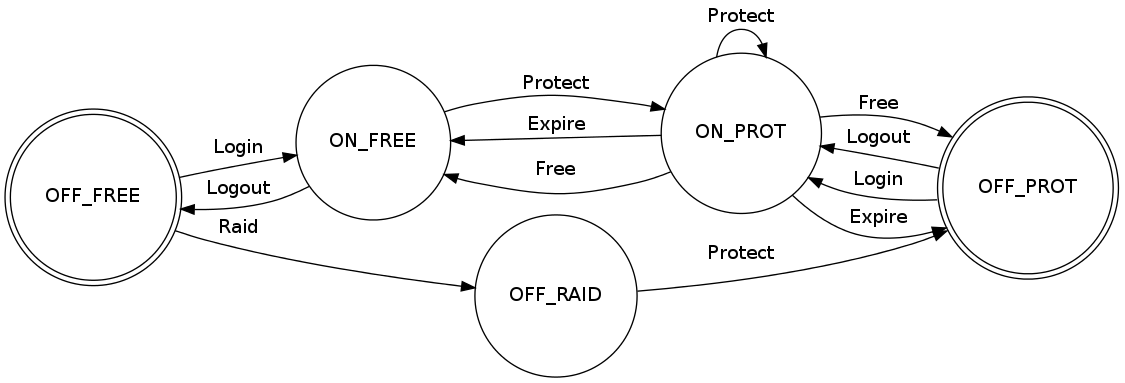
This is doc/fsm.png from xtaci/gonet, a Graphviz export, as it was before one commit. Its source is kept beside it as doc/fsm.dot.
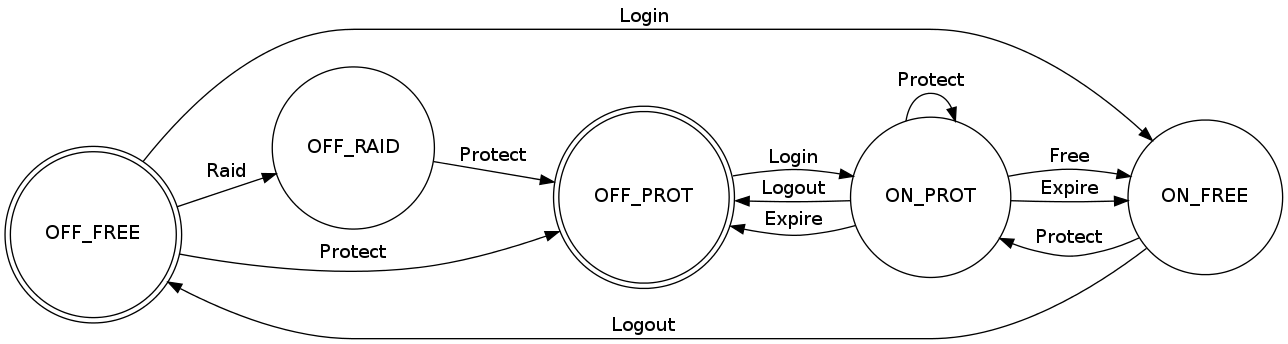
The same diagram one commit later.

Diff of the diagram source:
```diff
@@ -4,12 +4,12 @@
 	node [shape = circle];
 	OFF_FREE->ON_FREE [label="Login"];
 	OFF_FREE->OFF_RAID [label="Raid"];
-	OFF_PROT->ON_PROT [label="Logout"]
+	OFF_FREE->OFF_PROT [label="Protect"];
 	OFF_PROT->ON_PROT [label="Login"]
 	OFF_RAID->OFF_PROT [label="Protect"]
 	ON_FREE->OFF_FREE [label="Logout"];
 	ON_FREE->ON_PROT [label="Protect"]
-	ON_PROT->OFF_PROT [label="Free"]
+	ON_PROT->OFF_PROT [label="Logout"]
 	ON_PROT->OFF_PROT [label="Expire"]
 	ON_PROT->ON_FREE [label="Free"]
 	ON_PROT->ON_FREE [label="Expire"]
```
